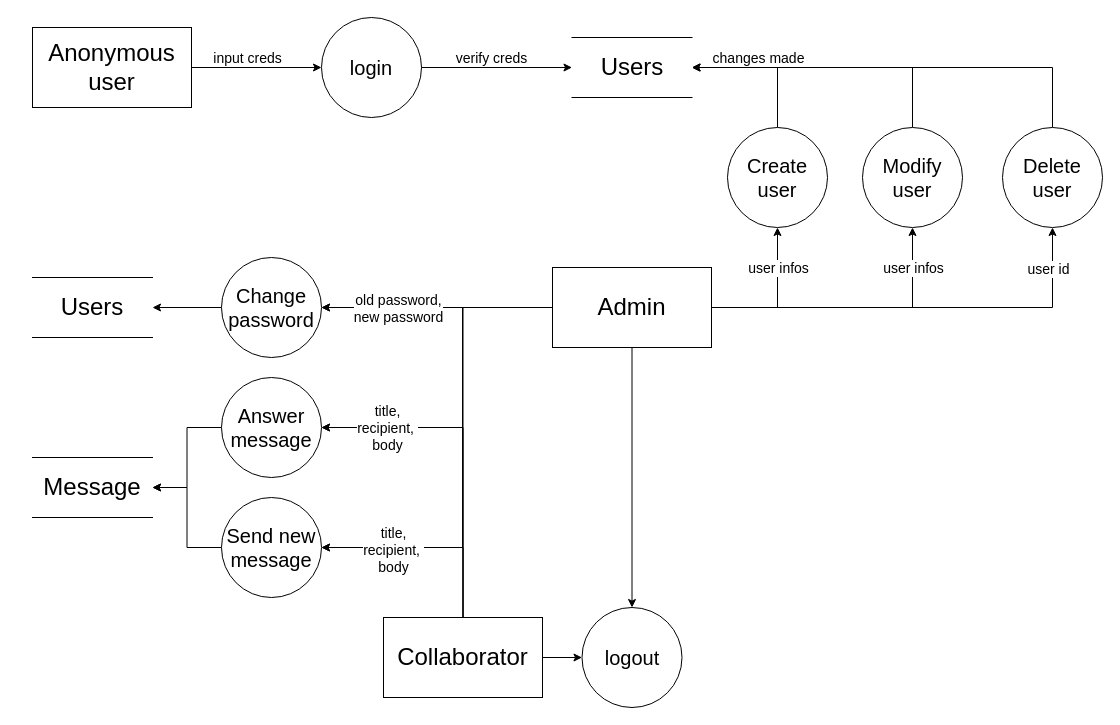
This is rapport/Untitled Diagram.drawio from kurisukun/STI_Projet1, a draw.io file, before an edit. Source tidied: cells renumbered, new cells numbered last; positions are measured from the earlier drawing's top-left corner, leaving out a move shared by most shapes. Both pictures are drawn from the tidied source at 100%, with x=0, y=0 at pixel (32, 17).
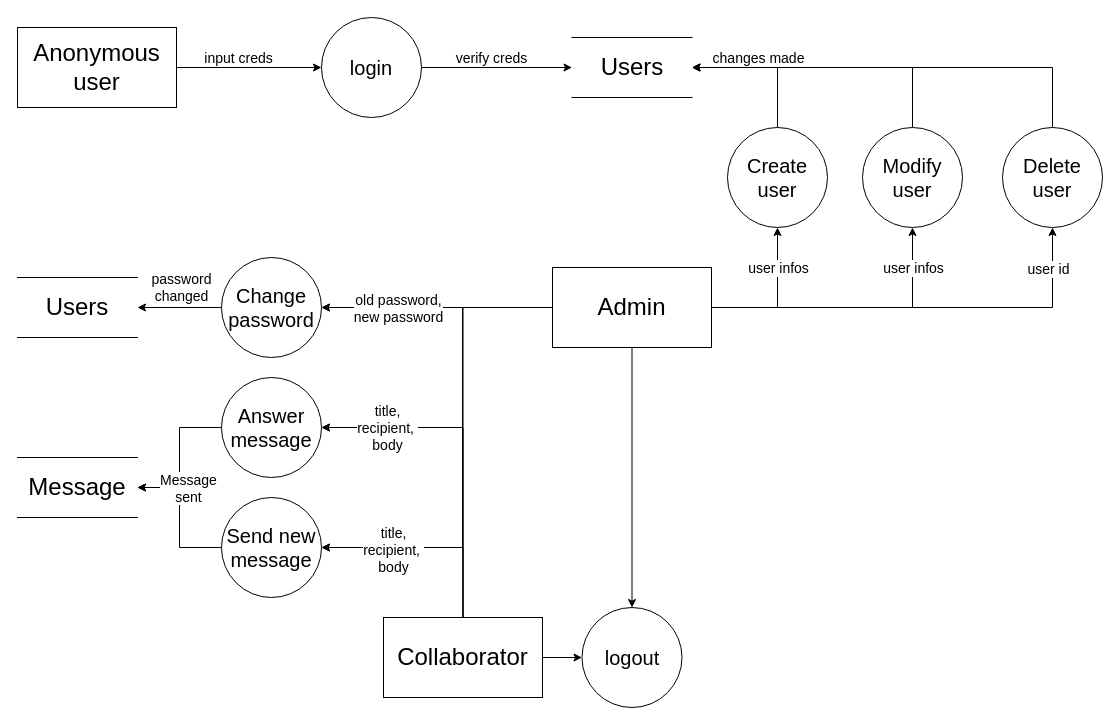
After the change.

Commit message:
DFD finished for the moment

Unchanged cells that the change refers to:
```xml
<mxCell id="22" style="edgeStyle=orthogonalEdgeStyle;rounded=0;jettySize=auto;html=1;exitX=0;exitY=0.5;exitDx=0;exitDy=0;entryX=1;entryY=0.5;entryDx=0;entryDy=0;fontSize=14;" parent="1" edge="1" source="23" target="41">
  <mxGeometry relative="1" as="geometry" />
</mxCell>
```

Diff of the diagram source:
```diff
@@
+    <mxCell id="44" value="Message&lt;br&gt;sent" style="edgeLabel;html=1;align=center;verticalAlign=middle;fontSize=14;" parent="22" vertex="1">
+      <mxGeometry x="0.21" y="-1" relative="1" as="geometry">
+        <mxPoint x="9" y="15" as="offset" />
+      </mxGeometry>
+    </mxCell>
@@
     <mxCell id="33" value="&lt;font style=&quot;font-size: 24px&quot;&gt;Anonymous user&lt;/font&gt;" style="rounded=0;whiteSpace=wrap;html=1;" parent="1" vertex="1">
-      <mxGeometry y="10" width="159" height="80" as="geometry" />
+      <mxGeometry x="-15" y="10" width="159" height="80" as="geometry" />
     </mxCell>
@@
     <mxCell id="41" value="&lt;font style=&quot;font-size: 24px&quot;&gt;Message&lt;/font&gt;" style="shape=partialRectangle;whiteSpace=wrap;html=1;left=0;right=0;fillColor=none;" parent="1" vertex="1">
-      <mxGeometry y="440" width="120" height="60" as="geometry" />
+      <mxGeometry x="-15" y="440" width="120" height="60" as="geometry" />
     </mxCell>
     <mxCell id="42" value="&lt;font style=&quot;font-size: 24px&quot;&gt;Users&lt;/font&gt;" style="shape=partialRectangle;whiteSpace=wrap;html=1;left=0;right=0;fillColor=none;" parent="1" vertex="1">
-      <mxGeometry y="260" width="120" height="60" as="geometry" />
+      <mxGeometry x="-15" y="260" width="120" height="60" as="geometry" />
     </mxCell>
@@
+    <mxCell id="45" value="password &lt;br&gt;changed" style="text;html=1;align=center;verticalAlign=middle;fontSize=14;" parent="1" vertex="1">
+      <mxGeometry x="109" y="250" width="80" height="40" as="geometry" />
+    </mxCell>
```
